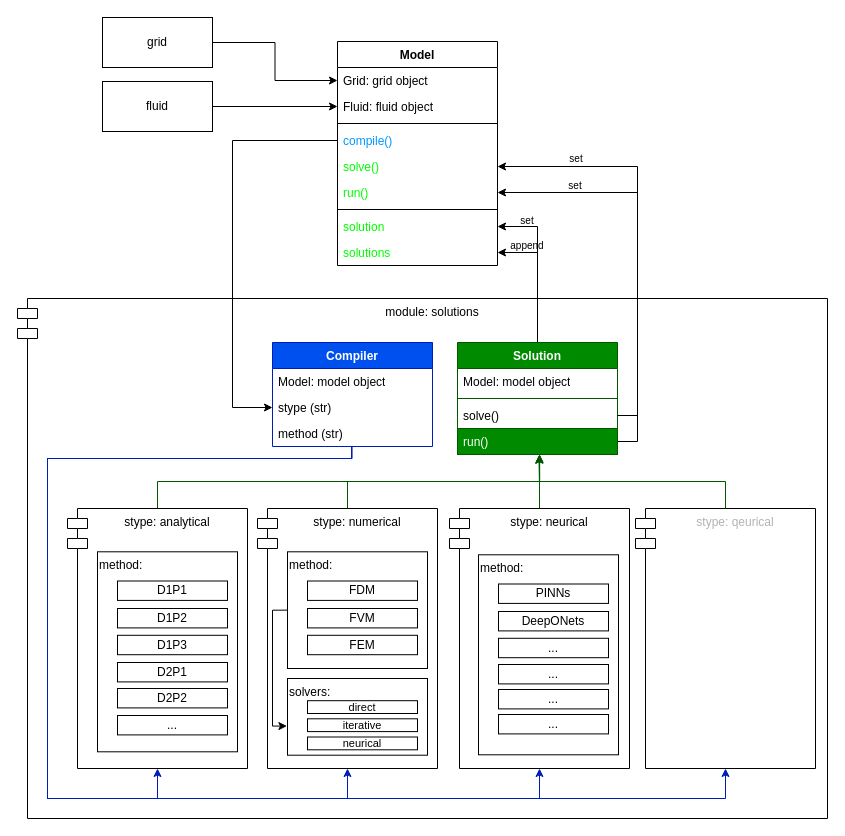
Above: images/solutions_diagram.drawio in hiesabx/reservoirflow (draw.io), before the change. Source tidied: cells renumbered, new cells numbered last; positions are measured from the earlier drawing's top-left corner, leaving out a move shared by most shapes. Both pictures are drawn from the tidied source at 100%, with x=0, y=0 at pixel (17, 17).
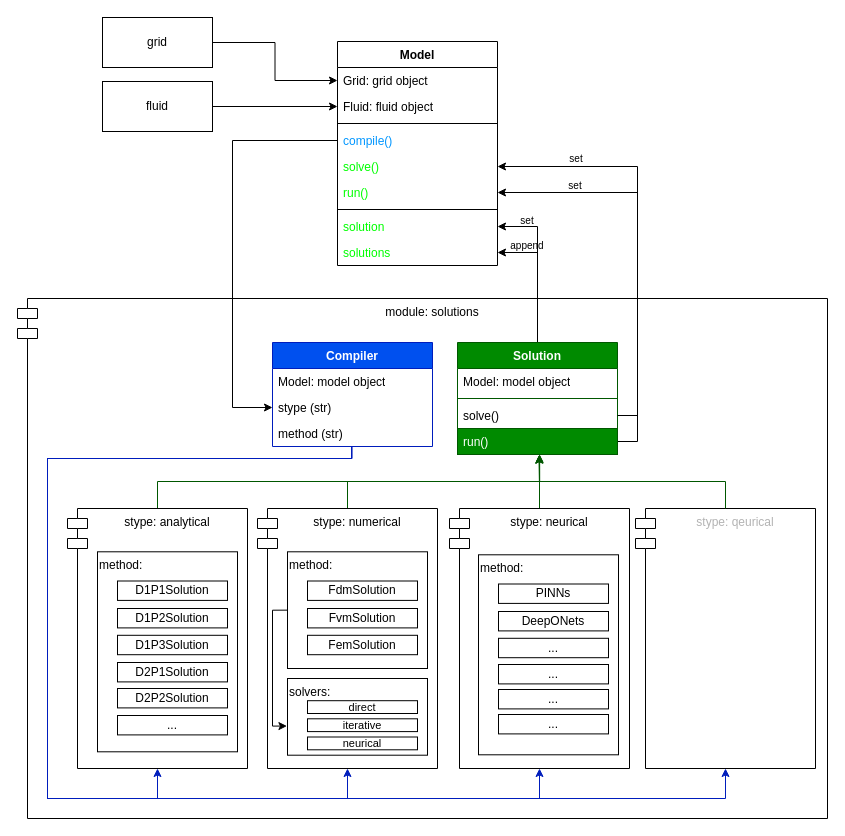
The same page after the edit.

The change refers to these unchanged cells:
```xml
<mxCell id="44" style="group;" parent="1" vertex="1">
  <mxGeometry x="270" y="534.3" width="140" height="116.7" as="geometry" />
</mxCell>
<mxCell id="57" style="group;" parent="1" vertex="1">
  <mxGeometry x="80" y="534.3" width="140" height="200" as="geometry" />
</mxCell>
```

The edit, as a diff of the source:
```diff
@@
-    <mxCell id="46" value="FDM" style="html=1;whiteSpace=wrap;" parent="44" vertex="1">
+    <mxCell id="46" value="FdmSolution" style="html=1;whiteSpace=wrap;" parent="44" vertex="1">
       <mxGeometry x="20" y="29.2" width="110" height="19.4" as="geometry" />
     </mxCell>
-    <mxCell id="47" value="FVM" style="html=1;whiteSpace=wrap;" parent="44" vertex="1">
+    <mxCell id="47" value="FvmSolution" style="html=1;whiteSpace=wrap;" parent="44" vertex="1">
       <mxGeometry x="20" y="56.7" width="110" height="19.4" as="geometry" />
     </mxCell>
-    <mxCell id="48" value="FEM" style="html=1;whiteSpace=wrap;" parent="44" vertex="1">
+    <mxCell id="48" value="FemSolution" style="html=1;whiteSpace=wrap;" parent="44" vertex="1">
       <mxGeometry x="20" y="83.5" width="110" height="19.4" as="geometry" />
     </mxCell>
@@
-    <mxCell id="59" value="D1P1" style="html=1;whiteSpace=wrap;" parent="57" vertex="1">
+    <mxCell id="59" value="D1P1Solution" style="html=1;whiteSpace=wrap;" parent="57" vertex="1">
       <mxGeometry x="20" y="29.2" width="110" height="19.4" as="geometry" />
     </mxCell>
-    <mxCell id="60" value="D1P2" style="html=1;whiteSpace=wrap;" parent="57" vertex="1">
+    <mxCell id="60" value="D1P2Solution" style="html=1;whiteSpace=wrap;" parent="57" vertex="1">
       <mxGeometry x="20" y="56.7" width="110" height="19.4" as="geometry" />
     </mxCell>
-    <mxCell id="61" value="D1P3" style="html=1;whiteSpace=wrap;" parent="57" vertex="1">
+    <mxCell id="61" value="D1P3Solution" style="html=1;whiteSpace=wrap;" parent="57" vertex="1">
       <mxGeometry x="20" y="83.5" width="110" height="19.4" as="geometry" />
     </mxCell>
-    <mxCell id="62" value="D2P1" style="html=1;whiteSpace=wrap;" parent="57" vertex="1">
+    <mxCell id="62" value="D2P1Solution" style="html=1;whiteSpace=wrap;" parent="57" vertex="1">
       <mxGeometry x="20" y="110.7" width="110" height="19.4" as="geometry" />
     </mxCell>
-    <mxCell id="63" value="D2P2" style="html=1;whiteSpace=wrap;" parent="57" vertex="1">
+    <mxCell id="63" value="D2P2Solution" style="html=1;whiteSpace=wrap;" parent="57" vertex="1">
       <mxGeometry x="20" y="136.7" width="110" height="19.4" as="geometry" />
     </mxCell>
```
